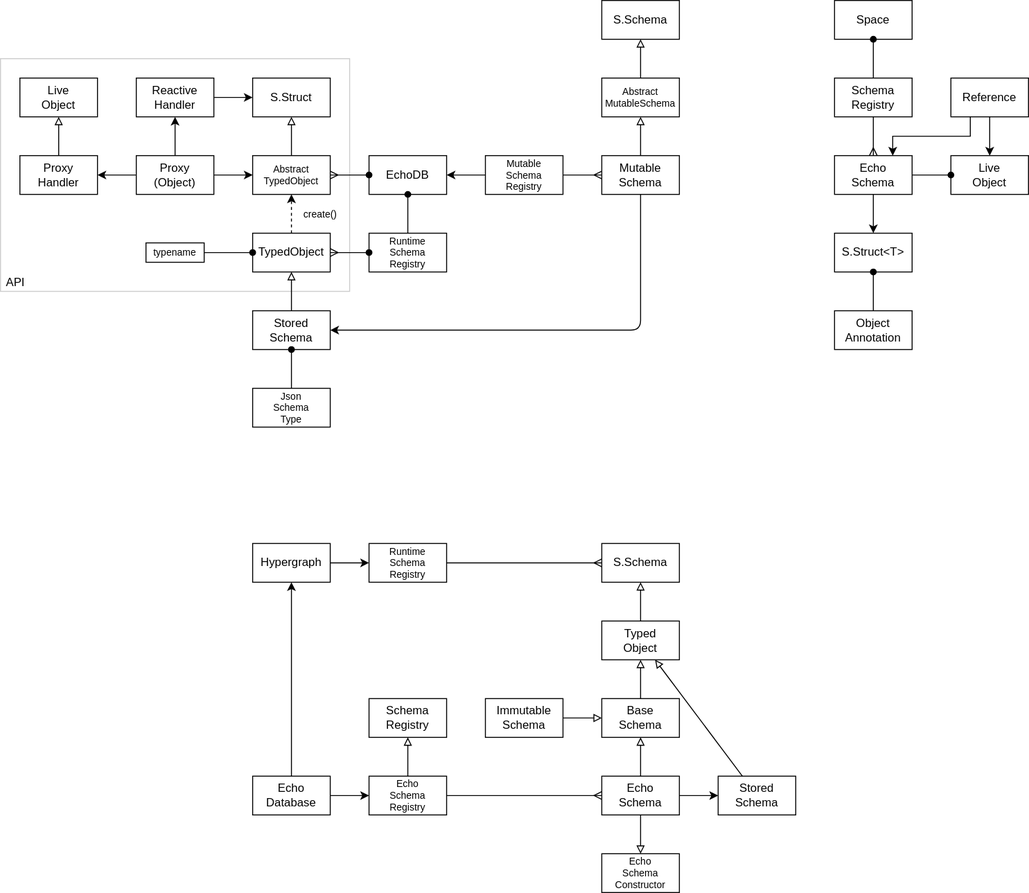
dxos/dxos keeps this draw.io diagram as packages/core/echo/echo-schema/docs/schema.drawio.svg. Above is the earlier version. Source tidied: cells renumbered, new cells last; positions are measured from the earlier drawing's top-left corner, leaving out a move shared by most shapes.
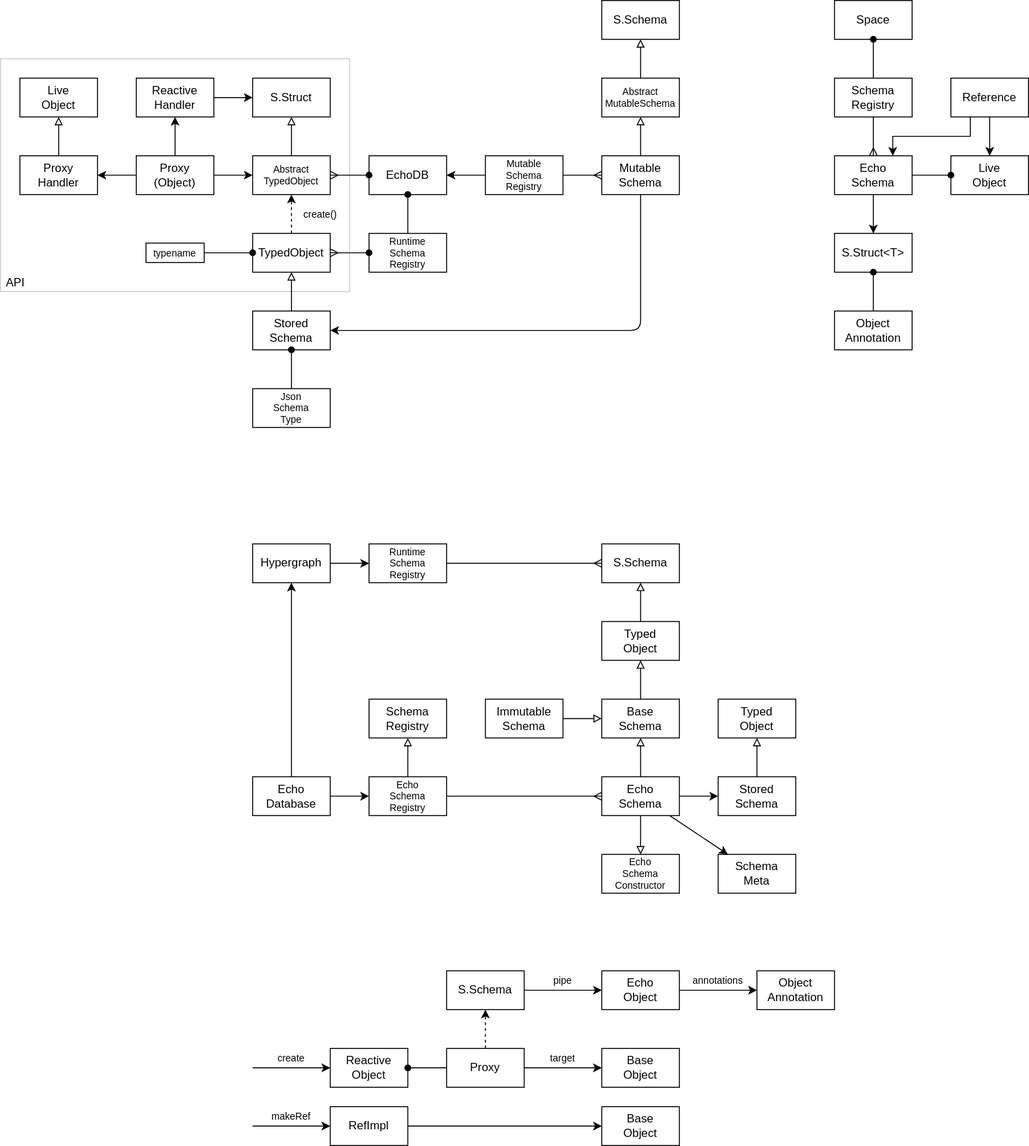
After the commit.

Change to the diagram source:
```diff
@@ -170,6 +170,9 @@
     <mxCell id="54" style="edgeStyle=none;html=1;exitX=1;exitY=0.5;exitDx=0;exitDy=0;" parent="1" edge="1" source="55" target="76">
       <mxGeometry relative="1" as="geometry" />
     </mxCell>
+    <mxCell id="77" style="edgeStyle=none;html=1;" parent="1" edge="1" source="55" target="90">
+      <mxGeometry relative="1" as="geometry" />
+    </mxCell>
     <mxCell id="55" value="Echo&lt;br&gt;Schema" style="rounded=0;whiteSpace=wrap;html=1;" parent="1" vertex="1">
       <mxGeometry x="620" y="800" width="80" height="40" as="geometry" />
     </mxCell>
@@ -234,11 +237,80 @@
     <mxCell id="74" value="Hypergraph" style="rounded=0;whiteSpace=wrap;html=1;fontSize=12;" parent="1" vertex="1">
       <mxGeometry x="260" y="560" width="80" height="40" as="geometry" />
     </mxCell>
-    <mxCell id="75" style="edgeStyle=none;html=1;endArrow=block;endFill=0;" parent="1" edge="1" source="76" target="59">
+    <mxCell id="75" style="edgeStyle=none;html=1;endArrow=block;endFill=0;" parent="1" edge="1" source="76" target="78">
       <mxGeometry relative="1" as="geometry" />
     </mxCell>
     <mxCell id="76" value="Stored&lt;br&gt;Schema" style="rounded=0;whiteSpace=wrap;html=1;" parent="1" vertex="1">
       <mxGeometry x="740" y="800" width="80" height="40" as="geometry" />
     </mxCell>
+    <mxCell id="78" value="Typed&lt;br&gt;Object" style="rounded=0;whiteSpace=wrap;html=1;" parent="1" vertex="1">
+      <mxGeometry x="740" y="720" width="80" height="40" as="geometry" />
+    </mxCell>
+    <mxCell id="79" style="edgeStyle=none;html=1;" parent="1" edge="1" source="93" target="91">
+      <mxGeometry relative="1" as="geometry" />
+    </mxCell>
+    <mxCell id="80" value="Reactive&lt;br&gt;Object" style="rounded=0;whiteSpace=wrap;html=1;fontSize=12;" parent="1" vertex="1">
+      <mxGeometry x="340" y="1080" width="80" height="40" as="geometry" />
+    </mxCell>
+    <mxCell id="81" style="edgeStyle=none;html=1;exitX=1;exitY=0.5;exitDx=0;exitDy=0;" parent="1" edge="1" source="82" target="83">
+      <mxGeometry relative="1" as="geometry" />
+    </mxCell>
+    <mxCell id="82" value="Echo&lt;div&gt;Object&lt;/div&gt;" style="rounded=0;whiteSpace=wrap;html=1;fontSize=12;" parent="1" vertex="1">
+      <mxGeometry x="620" y="1000" width="80" height="40" as="geometry" />
+    </mxCell>
+    <mxCell id="83" value="Object&lt;br&gt;Annotation" style="rounded=0;whiteSpace=wrap;html=1;fontSize=12;" parent="1" vertex="1">
+      <mxGeometry x="780" y="1000" width="80" height="40" as="geometry" />
+    </mxCell>
+    <mxCell id="84" style="edgeStyle=none;html=1;exitX=0;exitY=1;exitDx=0;exitDy=0;" parent="1" edge="1" source="85" target="80">
+      <mxGeometry relative="1" as="geometry" />
+    </mxCell>
+    <mxCell id="85" value="create" style="rounded=0;whiteSpace=wrap;html=1;fontSize=10;strokeColor=none;fillColor=none;" parent="1" vertex="1">
+      <mxGeometry x="260" y="1080" width="80" height="20" as="geometry" />
+    </mxCell>
+    <mxCell id="86" style="edgeStyle=none;html=1;exitX=1;exitY=0.5;exitDx=0;exitDy=0;" parent="1" edge="1" source="87" target="94">
+      <mxGeometry relative="1" as="geometry" />
+    </mxCell>
+    <mxCell id="87" value="RefImpl" style="rounded=0;whiteSpace=wrap;html=1;fontSize=12;" parent="1" vertex="1">
+      <mxGeometry x="340" y="1140" width="80" height="40" as="geometry" />
+    </mxCell>
+    <mxCell id="88" style="edgeStyle=none;html=1;exitX=0;exitY=1;exitDx=0;exitDy=0;" parent="1" edge="1" source="89" target="87">
+      <mxGeometry relative="1" as="geometry" />
+    </mxCell>
+    <mxCell id="89" value="makeRef" style="rounded=0;whiteSpace=wrap;html=1;fontSize=10;strokeColor=none;fillColor=none;" parent="1" vertex="1">
+      <mxGeometry x="260" y="1140" width="80" height="20" as="geometry" />
+    </mxCell>
+    <mxCell id="90" value="Schema&lt;br&gt;Meta" style="rounded=0;whiteSpace=wrap;html=1;" parent="1" vertex="1">
+      <mxGeometry x="740" y="880" width="80" height="40" as="geometry" />
+    </mxCell>
+    <mxCell id="91" value="Base&lt;br&gt;Object" style="rounded=0;whiteSpace=wrap;html=1;fontSize=12;" parent="1" vertex="1">
+      <mxGeometry x="620" y="1080" width="80" height="40" as="geometry" />
+    </mxCell>
+    <mxCell id="92" style="edgeStyle=none;html=1;exitX=0.5;exitY=0;exitDx=0;exitDy=0;dashed=1;" parent="1" edge="1" source="93" target="96">
+      <mxGeometry relative="1" as="geometry" />
+    </mxCell>
+    <mxCell id="93" value="Proxy" style="rounded=0;whiteSpace=wrap;html=1;fontSize=12;" parent="1" vertex="1">
+      <mxGeometry x="460" y="1080" width="80" height="40" as="geometry" />
+    </mxCell>
+    <mxCell id="94" value="Base&lt;br&gt;Object" style="rounded=0;whiteSpace=wrap;html=1;fontSize=12;" parent="1" vertex="1">
+      <mxGeometry x="620" y="1140" width="80" height="40" as="geometry" />
+    </mxCell>
+    <mxCell id="95" style="edgeStyle=none;html=1;exitX=1;exitY=0.5;exitDx=0;exitDy=0;" parent="1" edge="1" source="96" target="82">
+      <mxGeometry relative="1" as="geometry" />
+    </mxCell>
+    <mxCell id="96" value="S.Schema" style="rounded=0;whiteSpace=wrap;html=1;" parent="1" vertex="1">
+      <mxGeometry x="460" y="1000" width="80" height="40" as="geometry" />
+    </mxCell>
+    <mxCell id="97" value="pipe" style="rounded=0;whiteSpace=wrap;html=1;fontSize=10;strokeColor=none;fillColor=none;" parent="1" vertex="1">
+      <mxGeometry x="540" y="1000" width="80" height="20" as="geometry" />
+    </mxCell>
+    <mxCell id="98" value="annotations" style="rounded=0;whiteSpace=wrap;html=1;fontSize=10;strokeColor=none;fillColor=none;" parent="1" vertex="1">
+      <mxGeometry x="700" y="1000" width="80" height="20" as="geometry" />
+    </mxCell>
+    <mxCell id="99" value="target" style="rounded=0;whiteSpace=wrap;html=1;fontSize=10;strokeColor=none;fillColor=none;" parent="1" vertex="1">
+      <mxGeometry x="540" y="1080" width="80" height="20" as="geometry" />
+    </mxCell>
+    <mxCell id="100" style="edgeStyle=none;html=1;exitX=1;exitY=0.5;exitDx=0;exitDy=0;endArrow=none;endFill=0;startArrow=oval;startFill=1;" parent="1" edge="1" source="80" target="93">
+      <mxGeometry relative="1" as="geometry" />
+    </mxCell>
   </root>
 </mxGraphModel>
```
